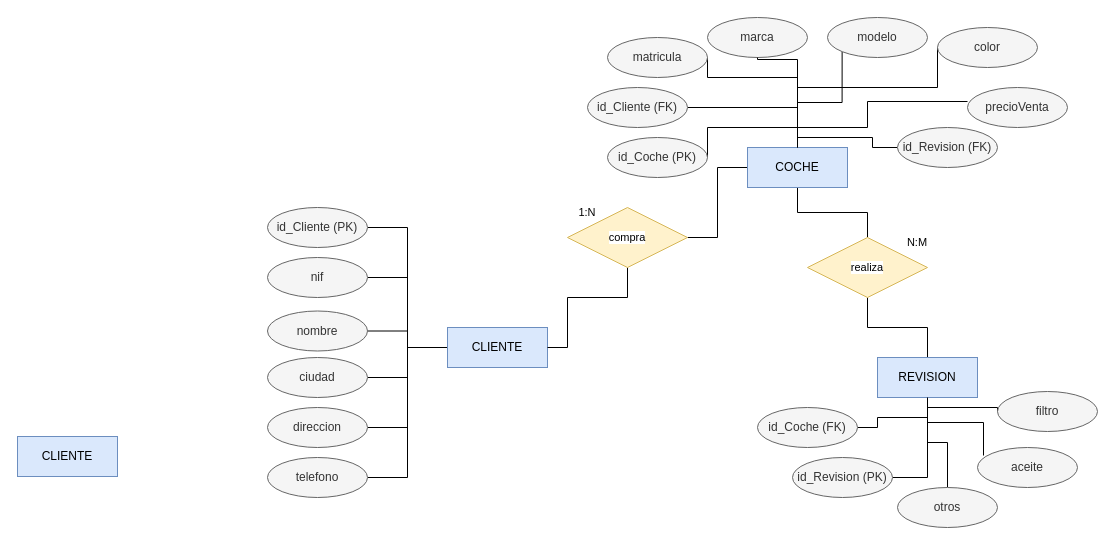
This is EjerciciosModeloER/Ejercicio4.drawio from Jbergo/CLASE_BD, a draw.io file, before an edit. Source tidied: cells renumbered, new cells numbered last; positions are measured from the earlier drawing's top-left corner, leaving out a move shared by most shapes. Both pictures are drawn from the tidied source at 100%, with x=0, y=0 at pixel (17, 17).
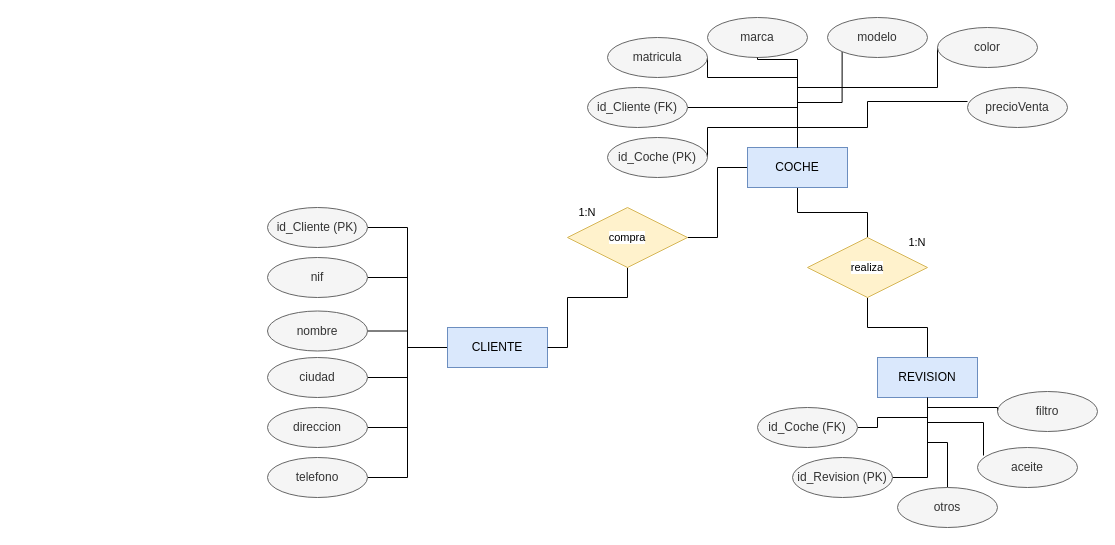
The same diagram, later.

Unchanged cells that the change refers to:
```xml
<mxCell id="10" value="COCHE" style="whiteSpace=wrap;html=1;align=center;fillColor=#dae8fc;strokeColor=#6c8ebf;" parent="1" vertex="1">
  <mxGeometry x="730" y="130" width="100" height="40" as="geometry" />
</mxCell>
```

What changed in the source:
```diff
@@
-    <mxCell id="9" style="edgeStyle=orthogonalEdgeStyle;shape=connector;rounded=0;jettySize=auto;html=1;entryX=0;entryY=0.5;entryDx=0;entryDy=0;strokeColor=default;align=center;verticalAlign=middle;fontFamily=Helvetica;fontSize=11;fontColor=default;labelBackgroundColor=default;endArrow=none;endFill=0;" parent="1" edge="1" source="10" target="47">
-      <mxGeometry relative="1" as="geometry">
-        <Array as="points">
-          <mxPoint x="780" y="120" />
-          <mxPoint x="855" y="120" />
-          <mxPoint x="855" y="130" />
-        </Array>
-      </mxGeometry>
-    </mxCell>
@@
-    <mxCell id="26" value="CLIENTE" style="whiteSpace=wrap;html=1;align=center;fillColor=#dae8fc;strokeColor=#6c8ebf;" parent="1" vertex="1">
-      <mxGeometry y="419" width="100" height="40" as="geometry" />
-    </mxCell>
@@
-    <mxCell id="44" value="N:M" style="text;html=1;whiteSpace=wrap;strokeColor=none;fillColor=none;align=center;verticalAlign=middle;rounded=0;fontFamily=Helvetica;fontSize=11;fontColor=default;labelBackgroundColor=default;" parent="1" vertex="1">
+    <mxCell id="44" value="1:N" style="text;html=1;whiteSpace=wrap;strokeColor=none;fillColor=none;align=center;verticalAlign=middle;rounded=0;fontFamily=Helvetica;fontSize=11;fontColor=default;labelBackgroundColor=default;" parent="1" vertex="1">
       <mxGeometry x="870" y="210" width="60" height="30" as="geometry" />
     </mxCell>
@@
-    <mxCell id="47" value="id_Revision (FK)" style="ellipse;whiteSpace=wrap;html=1;align=center;fillColor=#f5f5f5;fontColor=#333333;strokeColor=#666666;" parent="1" vertex="1">
-      <mxGeometry x="880" y="110" width="100" height="40" as="geometry" />
-    </mxCell>
```
